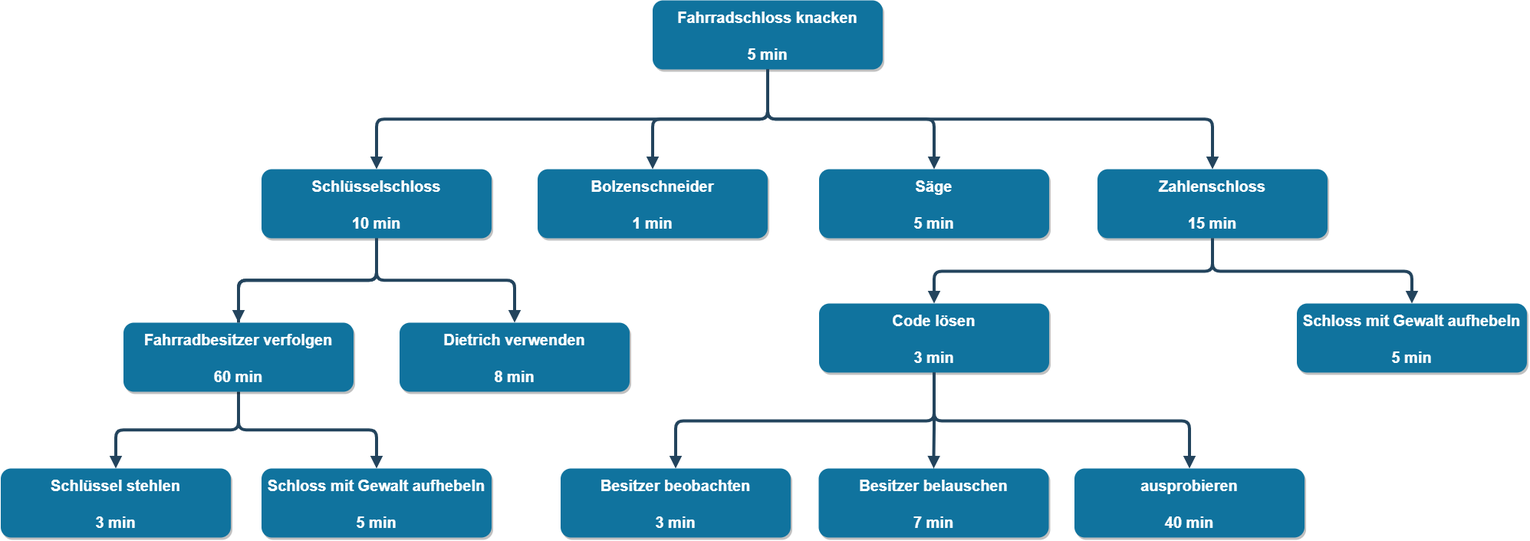
Before: EmbeddedSecurity/Task5/FahrradschlossKnacken.drawio.png, a diagram exported from draw.io (StefanDue/CyberSecurity_ST22). Source tidied: cells renumbered, new cells last; positions are measured from the earlier drawing's top-left corner, leaving out a move shared by most shapes.
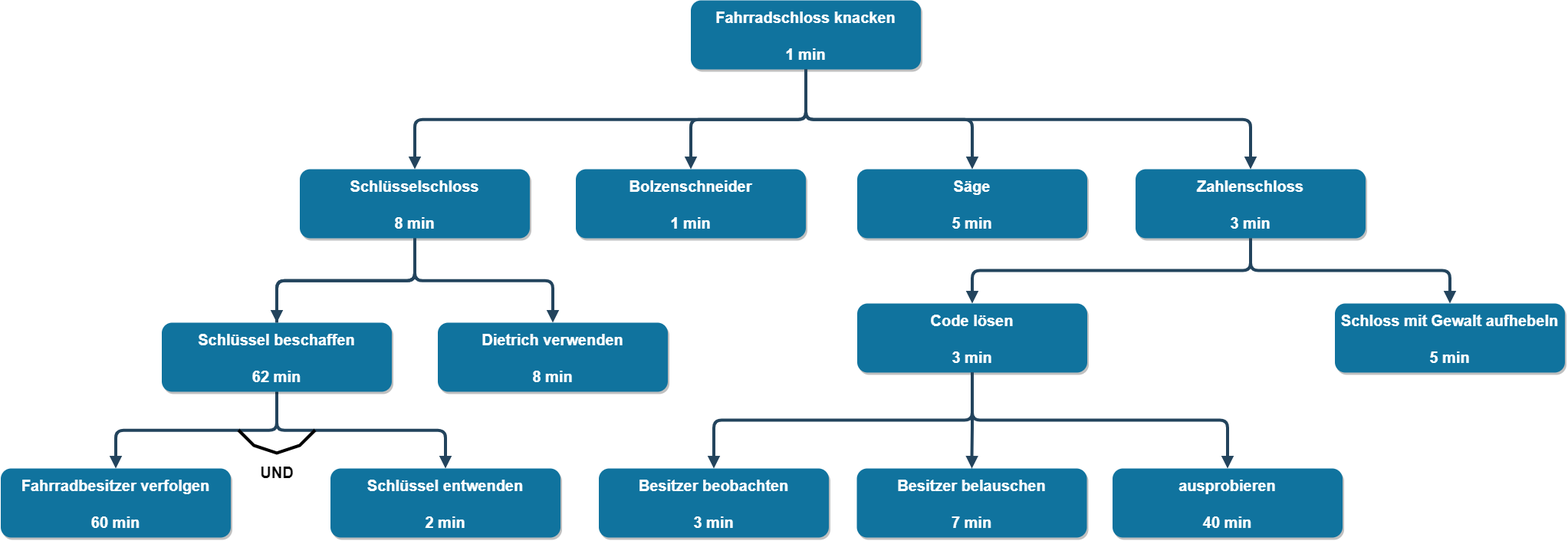
The same file after the commit.

Change to the diagram source:
```diff
@@ -2,7 +2,7 @@
   <root>
     <mxCell id="0" />
     <mxCell id="1" parent="0" />
-    <mxCell id="2" value="Fahrradschloss knacken&#10;&#10;5 min" style="rounded=1;fillColor=#10739E;strokeColor=none;shadow=1;gradientColor=none;fontStyle=1;fontColor=#FFFFFF;fontSize=20;" parent="1" vertex="1">
+    <mxCell id="2" value="Fahrradschloss knacken&#10;&#10;1 min" style="rounded=1;fillColor=#10739E;strokeColor=none;shadow=1;gradientColor=none;fontStyle=1;fontColor=#FFFFFF;fontSize=20;" parent="1" vertex="1">
       <mxGeometry x="850" width="300" height="90" as="geometry" />
     </mxCell>
     <mxCell id="3" style="edgeStyle=elbowEdgeStyle;elbow=vertical;strokeWidth=4;endArrow=block;endFill=1;fontStyle=1;strokeColor=#23445D;entryX=0.5;entryY=0;entryDx=0;entryDy=0;" parent="1" edge="1" source="2" target="27">
@@ -11,7 +11,7 @@
     <mxCell id="4" style="edgeStyle=elbowEdgeStyle;elbow=vertical;strokeWidth=4;endArrow=block;endFill=1;fontStyle=1;strokeColor=#23445D;entryX=0.5;entryY=0;entryDx=0;entryDy=0;exitX=0.5;exitY=1;exitDx=0;exitDy=0;" parent="1" edge="1" source="27" target="28">
       <mxGeometry x="22" y="165.5" as="geometry" />
     </mxCell>
-    <mxCell id="5" value="Zahlenschloss&#10;&#10;15 min" style="rounded=1;fillColor=#10739E;strokeColor=none;shadow=1;gradientColor=none;fontStyle=1;fontColor=#FFFFFF;fontSize=20;" parent="1" vertex="1">
+    <mxCell id="5" value="Zahlenschloss&#10;&#10;3 min" style="rounded=1;fillColor=#10739E;strokeColor=none;shadow=1;gradientColor=none;fontStyle=1;fontColor=#FFFFFF;fontSize=20;" parent="1" vertex="1">
       <mxGeometry x="1430" y="220" width="300" height="90" as="geometry" />
     </mxCell>
     <mxCell id="6" style="edgeStyle=elbowEdgeStyle;elbow=vertical;strokeWidth=4;endArrow=block;endFill=1;fontStyle=1;strokeColor=#23445D;exitX=0.5;exitY=1;exitDx=0;exitDy=0;entryX=0.5;entryY=0;entryDx=0;entryDy=0;" parent="1" edge="1" source="2" target="5">
@@ -29,8 +29,8 @@
     <mxCell id="10" style="edgeStyle=elbowEdgeStyle;elbow=vertical;strokeWidth=4;endArrow=block;endFill=1;fontStyle=1;strokeColor=#23445D;exitX=0.5;exitY=1;exitDx=0;exitDy=0;entryX=0.5;entryY=0;entryDx=0;entryDy=0;" parent="1" edge="1" source="2" target="9">
       <mxGeometry x="42" y="185.5" as="geometry" />
     </mxCell>
-    <mxCell id="11" value="Schlüssel stehlen&#10;&#10;3 min" style="rounded=1;fillColor=#10739E;strokeColor=none;shadow=1;gradientColor=none;fontStyle=1;fontColor=#FFFFFF;fontSize=20;" parent="1" vertex="1">
-      <mxGeometry y="610" width="300" height="90" as="geometry" />
+    <mxCell id="11" value="Fahrradbesitzer verfolgen&#10;&#10;60 min" style="rounded=1;fillColor=#10739E;strokeColor=none;shadow=1;gradientColor=none;fontStyle=1;fontColor=#FFFFFF;fontSize=20;" parent="1" vertex="1">
+      <mxGeometry x="-50" y="610" width="300" height="90" as="geometry" />
     </mxCell>
     <mxCell id="12" style="edgeStyle=elbowEdgeStyle;elbow=vertical;strokeWidth=4;endArrow=block;endFill=1;fontStyle=1;strokeColor=#23445D;entryX=0.5;entryY=0;entryDx=0;entryDy=0;exitX=0.5;exitY=1;exitDx=0;exitDy=0;" parent="1" edge="1" source="28" target="11">
       <mxGeometry x="32" y="235.5" as="geometry" />
@@ -74,17 +74,31 @@
     <mxCell id="25" value="ausprobieren&#10;&#10;40 min" style="rounded=1;fillColor=#10739E;strokeColor=none;shadow=1;gradientColor=none;fontStyle=1;fontColor=#FFFFFF;fontSize=20;" parent="1" vertex="1">
       <mxGeometry x="1400" y="610" width="300" height="90" as="geometry" />
     </mxCell>
-    <mxCell id="26" value="Schloss mit Gewalt aufhebeln&#10;&#10;5 min" style="rounded=1;fillColor=#10739E;strokeColor=none;shadow=1;gradientColor=none;fontStyle=1;fontColor=#FFFFFF;fontSize=20;" parent="1" vertex="1">
-      <mxGeometry x="340" y="610" width="300" height="90" as="geometry" />
+    <mxCell id="26" value="Schlüssel entwenden&#10;&#10;2 min" style="rounded=1;fillColor=#10739E;strokeColor=none;shadow=1;gradientColor=none;fontStyle=1;fontColor=#FFFFFF;fontSize=20;" parent="1" vertex="1">
+      <mxGeometry x="380" y="610" width="300" height="90" as="geometry" />
     </mxCell>
-    <mxCell id="27" value="Schlüsselschloss&#10;&#10;10 min" style="rounded=1;fillColor=#10739E;strokeColor=none;shadow=1;gradientColor=none;fontStyle=1;fontColor=#FFFFFF;fontSize=20;" parent="1" vertex="1">
+    <mxCell id="27" value="Schlüsselschloss&#10;&#10;8 min" style="rounded=1;fillColor=#10739E;strokeColor=none;shadow=1;gradientColor=none;fontStyle=1;fontColor=#FFFFFF;fontSize=20;" parent="1" vertex="1">
       <mxGeometry x="340" y="220" width="300" height="90" as="geometry" />
     </mxCell>
-    <mxCell id="28" value="Fahrradbesitzer verfolgen&#10;&#10;60 min" style="rounded=1;fillColor=#10739E;strokeColor=none;shadow=1;gradientColor=none;fontStyle=1;fontColor=#FFFFFF;fontSize=20;" parent="1" vertex="1">
+    <mxCell id="28" value="Schlüssel beschaffen&#10;&#10;62 min" style="rounded=1;fillColor=#10739E;strokeColor=none;shadow=1;gradientColor=none;fontStyle=1;fontColor=#FFFFFF;fontSize=20;" parent="1" vertex="1">
       <mxGeometry x="160" y="420" width="300" height="90" as="geometry" />
     </mxCell>
     <mxCell id="29" style="edgeStyle=elbowEdgeStyle;elbow=vertical;strokeWidth=4;endArrow=none;endFill=1;fontStyle=1;strokeColor=#23445D;entryX=0.5;entryY=0;entryDx=0;entryDy=0;exitX=0.5;exitY=1;exitDx=0;exitDy=0;" parent="1" edge="1" source="27" target="28">
       <mxGeometry x="32" y="175.5" as="geometry" />
     </mxCell>
+    <mxCell id="30" style="endArrow=none;html=1;rounded=0;strokeWidth=4;" parent="1" edge="1">
+      <mxGeometry relative="1" as="geometry">
+        <mxPoint x="260" y="560" as="sourcePoint" />
+        <mxPoint x="360" y="560" as="targetPoint" />
+        <Array as="points">
+          <mxPoint x="280" y="580" />
+          <mxPoint x="310" y="590" />
+          <mxPoint x="340" y="580" />
+        </Array>
+      </mxGeometry>
+    </mxCell>
+    <mxCell id="31" value="&lt;font style=&quot;font-size: 20px;&quot;&gt;&lt;b&gt;UND&lt;/b&gt;&lt;/font&gt;" style="text;html=1;strokeColor=none;fillColor=none;align=center;verticalAlign=middle;whiteSpace=wrap;rounded=0;" parent="1" vertex="1">
+      <mxGeometry x="280" y="600" width="60" height="30" as="geometry" />
+    </mxCell>
   </root>
 </mxGraphModel>
```
